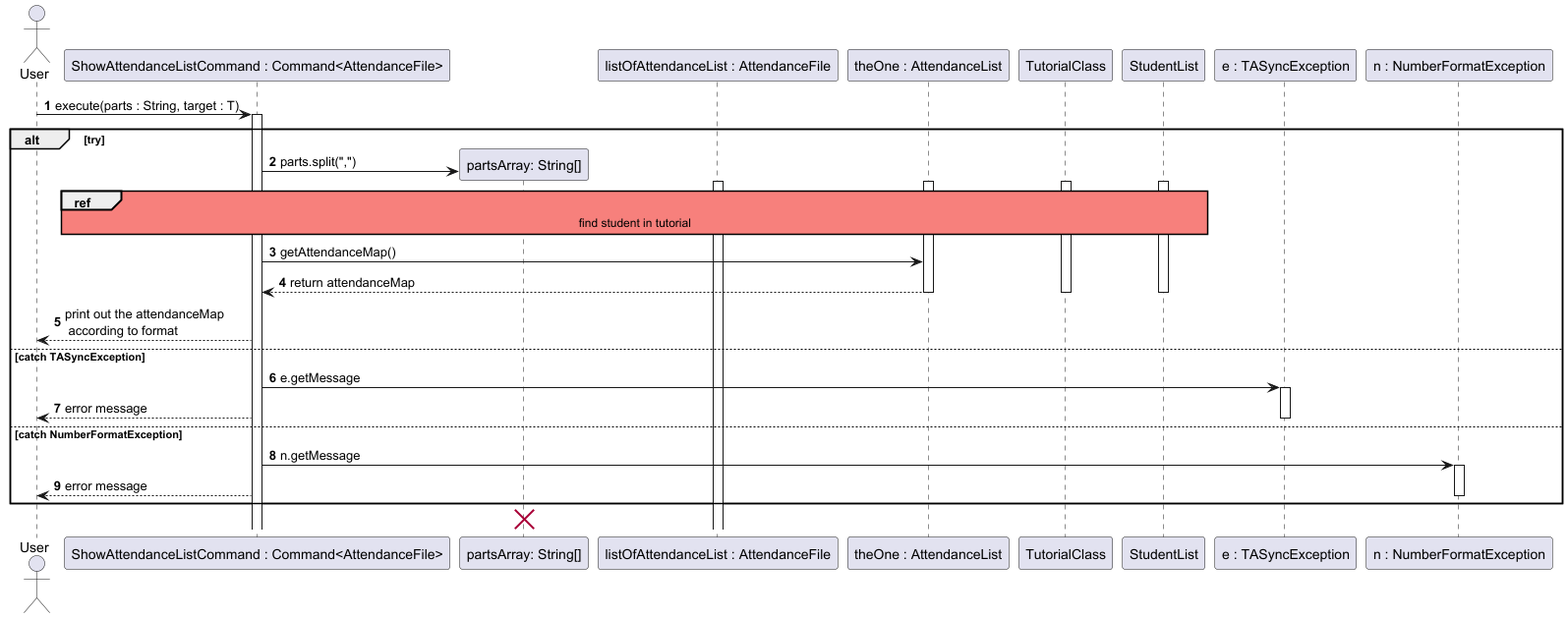
This is docs/diagrams/attendancelistcommands/ShowAttendanceListCommand.png from wongyihao02/tp, a PlantUML export, as it was before one commit. The source it was exported from:
```plantuml
@startuml

autonumber
actor User
participant "ShowAttendanceListCommand : Command<AttendanceFile>" as command
participant "partsArray: String[]" as parts
participant "listOfAttendanceList : AttendanceFile" as listOfAttendanceList
participant "theOne : AttendanceList" as theOne
participant "TutorialClass" as tutorialClass
participant "StudentList" as studentList
participant "e : TASyncException" as e
participant "n : NumberFormatException" as n

skinparam sequenceReferenceBackgroundColor #f7807c

User -> command : execute(parts : String, target : T)
activate command
alt try

create parts
command -> parts : parts.split(",")
ref over command, listOfAttendanceList, theOne, tutorialClass, studentList
find student in tutorial
end ref

activate listOfAttendanceList
activate tutorialClass
activate studentList
activate theOne
command -> theOne : getAttendanceMap()
theOne --> command : return attendanceMap
deactivate theOne
deactivate tutorialClass
deactivate studentList
command --> User : print out the attendanceMap\n according to format

else catch TASyncException


    command -> e : e.getMessage
    activate e
    command --> User  : error message
    deactivate e

    else catch NumberFormatException
     command -> n : n.getMessage
     activate n
     command --> User : error message
     deactivate n
end
destroy parts


@enduml
```
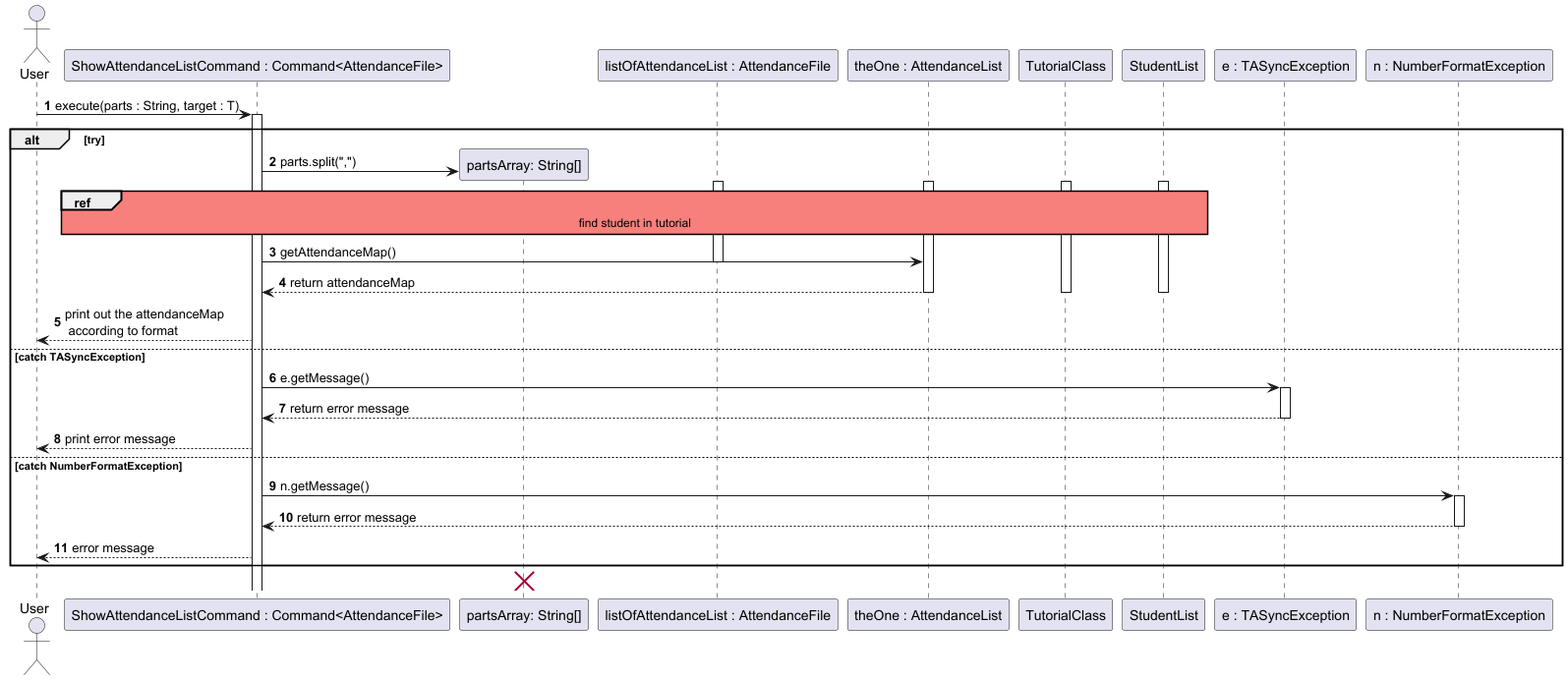
The same diagram one commit later.

Diff of the diagram source:
```diff
@@ -19,16 +19,19 @@
 
 create parts
 command -> parts : parts.split(",")
+activate listOfAttendanceList
 ref over command, listOfAttendanceList, theOne, tutorialClass, studentList
 find student in tutorial
 end ref
 
-activate listOfAttendanceList
+
 activate tutorialClass
 activate studentList
 activate theOne
 command -> theOne : getAttendanceMap()
+deactivate listOfAttendanceList
 theOne --> command : return attendanceMap
+
 deactivate theOne
 deactivate tutorialClass
 deactivate studentList
@@ -37,16 +40,19 @@
 else catch TASyncException
 
 
-    command -> e : e.getMessage
+    command -> e : e.getMessage()
     activate e
-    command --> User  : error message
+    e --> command : return error message
     deactivate e
+    command --> User  : print error message
 
     else catch NumberFormatException
-     command -> n : n.getMessage
+     command -> n : n.getMessage()
      activate n
+     n --> command : return error message
+     deactivate n
      command --> User : error message
-     deactivate n
+
 end
 destroy parts
 
```
